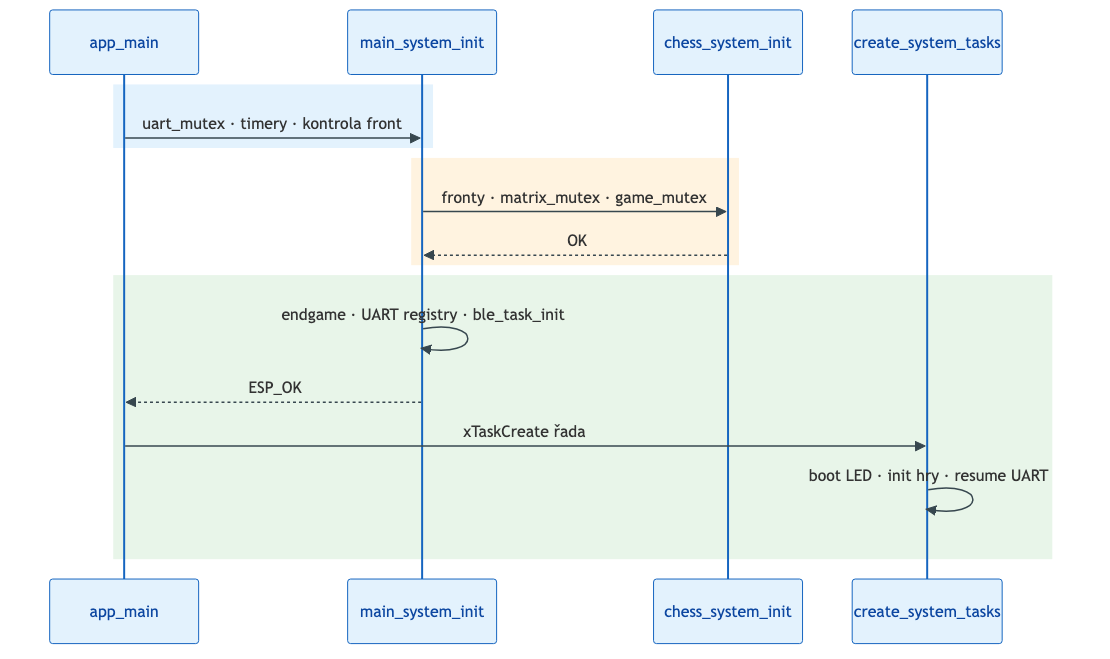
Before: docs/diagrams/boot_sequence.png, a diagram exported from Mermaid (AlfredKrutina/chess_esp32_c6_devkit). Its source is kept beside it as docs/diagrams/sources/boot_sequence.mmd.
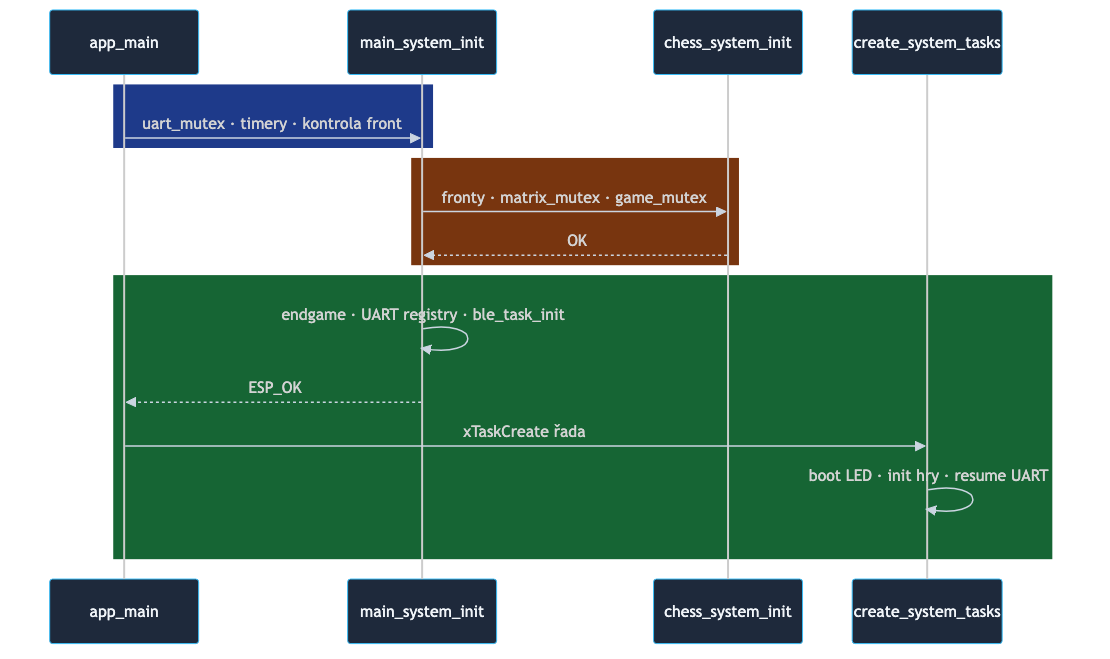
The same diagram one commit later.

What changed in the source:
```diff
@@ -1,18 +1,18 @@
-%%{init: {'theme':'base', 'themeVariables': {'actorBkg':'#e3f2fd','actorBorder':'#1565c0','actorTextColor':'#0d47a1','signalColor':'#37474f'}}}%%
+%%{init: {'theme':'dark','themeVariables':{'actorBkg':'#1e293b','actorBorder':'#38bdf8','actorTextColor':'#f1f5f9','signalColor':'#cbd5e1','noteBkgColor':'#334155','noteTextColor':'#f1f5f9','noteBorderColor':'#475569','loopTextColor':'#e2e8f0','labelBoxBkgColor':'#334155','labelTextColor':'#f8fafc'}}}%%
 sequenceDiagram
   participant AM as app_main
   participant SYS as main_system_init
   participant FC as chess_system_init
   participant CR as create_system_tasks
 
-  rect rgb(227, 242, 253)
+  rect rgb(30, 58, 138)
     AM->>SYS: uart_mutex · timery · kontrola front
   end
-  rect rgb(255, 243, 224)
+  rect rgb(120, 53, 15)
     SYS->>FC: fronty · matrix_mutex · game_mutex
     FC-->>SYS: OK
   end
-  rect rgb(232, 245, 233)
+  rect rgb(22, 101, 52)
     SYS->>SYS: endgame · UART registry · ble_task_init
     SYS-->>AM: ESP_OK
     AM->>CR: xTaskCreate řada
```
